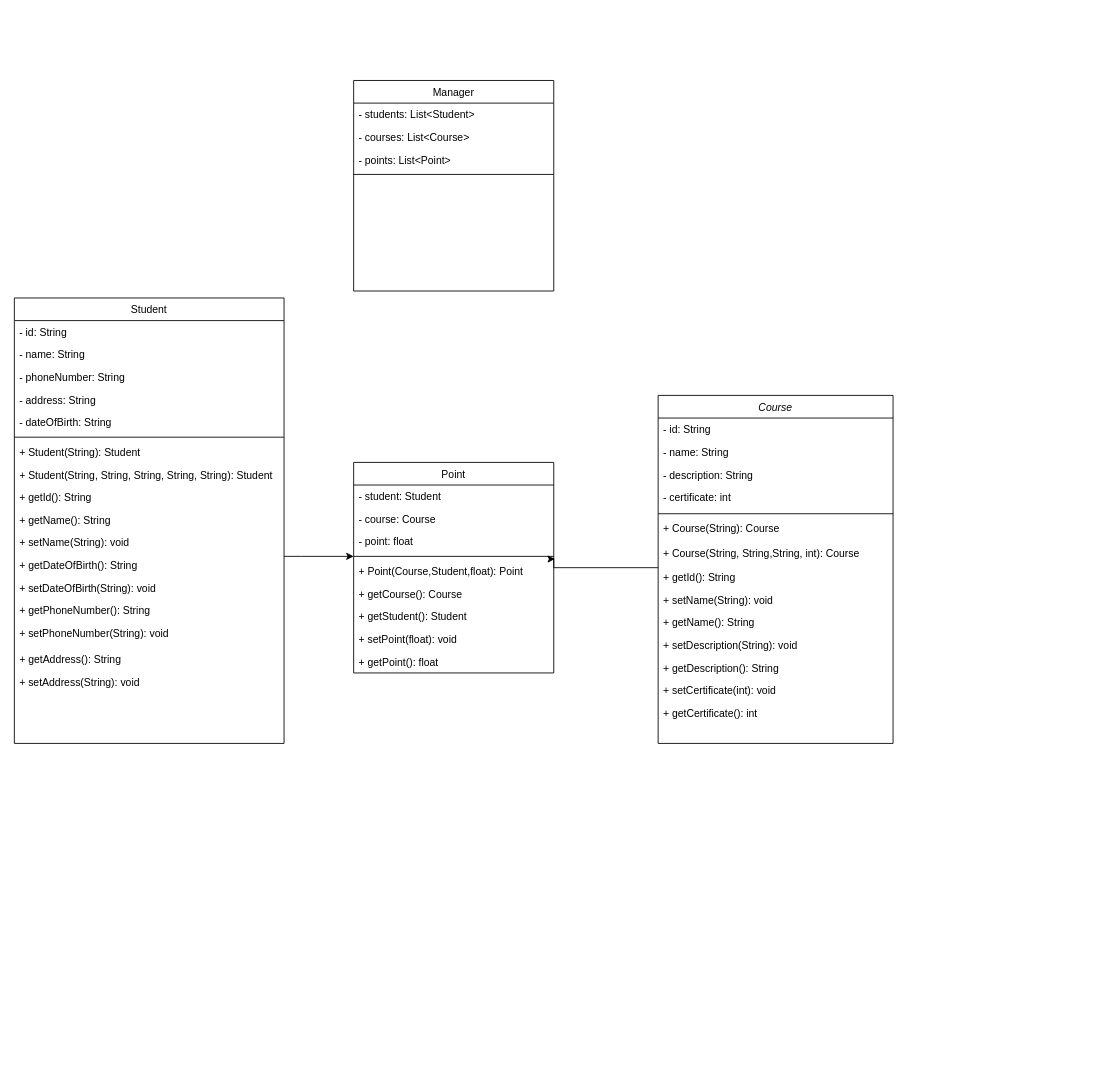
The draw.io diagram Untitled Diagram.drawio in NguyenMinh1912/classdiagram, before the edit. Source tidied: cells renumbered, new cells numbered last; positions are measured from the earlier drawing's top-left corner, leaving out a move shared by most shapes. Both pictures are drawn from the tidied source at 87%, with x=0, y=0 at pixel (14, 80).
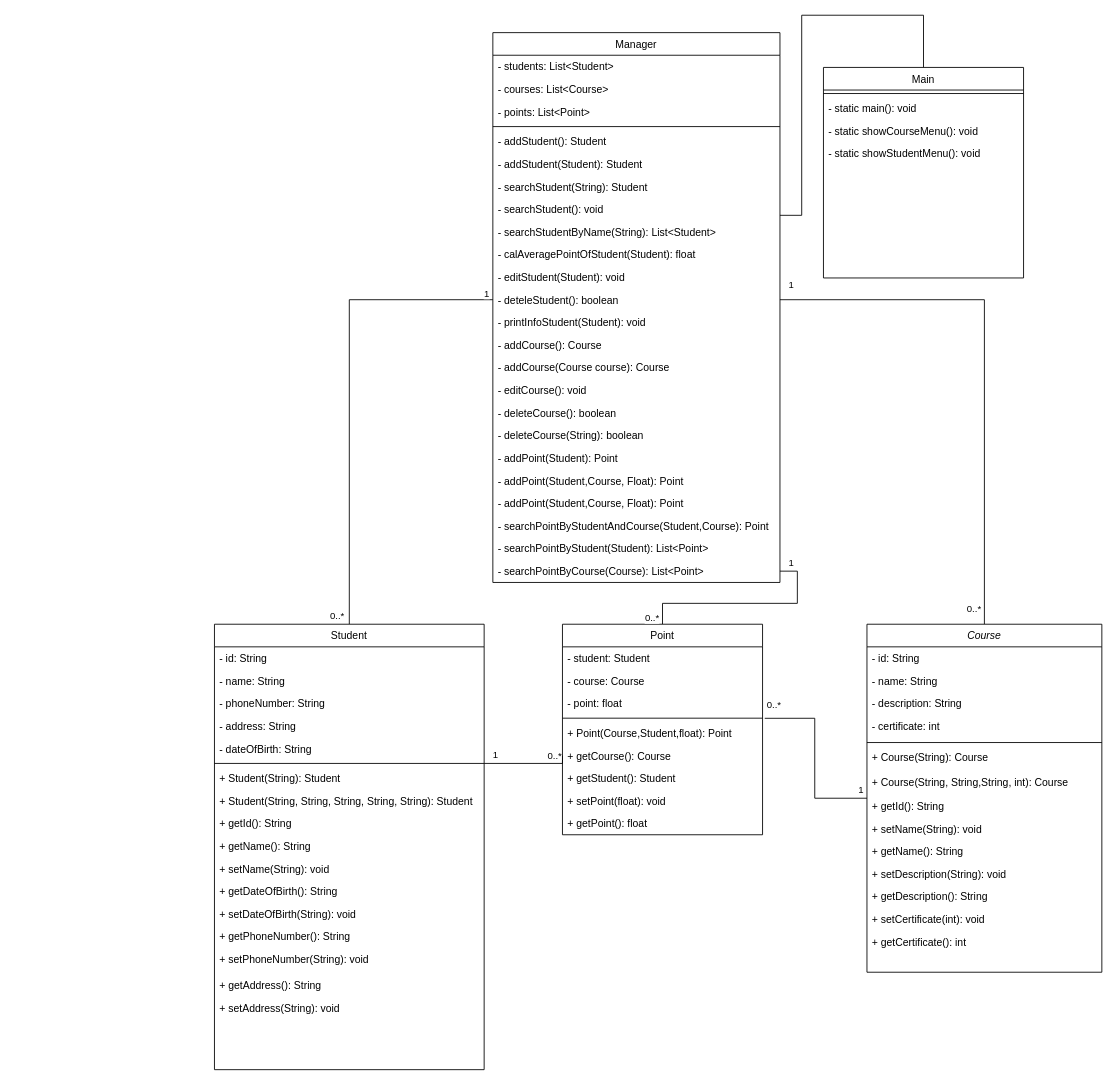
The same page after the edit.

Unchanged cells that the change refers to:
```xml
<mxCell id="41" style="line;html=1;strokeWidth=1;align=left;verticalAlign=middle;spacingTop=-1;spacingLeft=3;spacingRight=3;labelPosition=right;points=[];portConstraint=eastwest;" parent="37" vertex="1">
  <mxGeometry y="104" width="230" height="8" as="geometry" />
</mxCell>
<mxCell id="42" value="+ Point(Course,Student,float): Point" style="text;align=left;verticalAlign=top;spacingLeft=4;spacingRight=4;overflow=hidden;points=[[0,0.5],[1,0.5]];portConstraint=eastwest;rounded=0;shadow=0;html=0;" parent="37" vertex="1">
  <mxGeometry y="112" width="230" height="26" as="geometry" />
</mxCell>
<mxCell id="43" value="+ getCourse(): Course" style="text;align=left;verticalAlign=top;spacingLeft=4;spacingRight=4;overflow=hidden;points=[[0,0.5],[1,0.5]];portConstraint=eastwest;rounded=0;shadow=0;html=0;" parent="37" vertex="1">
  <mxGeometry y="138" width="230" height="26" as="geometry" />
</mxCell>
```

What changed in the source:
```diff
@@
-    <mxCell id="2" style="edgeStyle=orthogonalEdgeStyle;rounded=0;jettySize=auto;html=1;entryX=1.006;entryY=-0.044;entryDx=0;entryDy=0;entryPerimeter=0;" parent="1" edge="1" source="3" target="42">
-      <mxGeometry relative="1" as="geometry">
-        <Array as="points">
-          <mxPoint x="620" y="560" />
-          <mxPoint x="620" y="550" />
-        </Array>
-      </mxGeometry>
+    <mxCell id="2" style="edgeStyle=orthogonalEdgeStyle;rounded=0;jettySize=auto;html=1;entryX=1.011;entryY=-0.149;entryDx=0;entryDy=0;entryPerimeter=0;endArrow=none;endFill=0;" parent="1" edge="1" source="3" target="42">
+      <mxGeometry relative="1" as="geometry" />
     </mxCell>
+    <mxCell id="52" style="edgeStyle=orthogonalEdgeStyle;rounded=0;jettySize=auto;html=1;entryX=1;entryY=0.5;entryDx=0;entryDy=0;endArrow=none;endFill=0;" parent="1" edge="1" source="3" target="64">
+      <mxGeometry relative="1" as="geometry" />
+    </mxCell>
     <mxCell id="3" value="Course&#10;" style="swimlane;fontStyle=2;align=center;verticalAlign=top;horizontal=1;startSize=26;rounded=0;shadow=0;strokeWidth=1;" parent="1" vertex="1">
-      <mxGeometry x="740" y="362" width="270" height="400" as="geometry" />
+      <mxGeometry x="980" y="625" width="270" height="400" as="geometry" />
     </mxCell>
@@
-    <mxCell id="18" style="edgeStyle=orthogonalEdgeStyle;rounded=0;jettySize=auto;html=1;" parent="1" edge="1" source="19" target="41">
+    <mxCell id="18" style="edgeStyle=orthogonalEdgeStyle;rounded=0;jettySize=auto;html=1;entryX=0;entryY=0.5;entryDx=0;entryDy=0;endArrow=none;endFill=0;" parent="1" edge="1" source="19" target="43">
       <mxGeometry relative="1" as="geometry">
         <Array as="points">
-          <mxPoint x="330" y="547" />
-          <mxPoint x="330" y="547" />
+          <mxPoint x="630" y="785" />
         </Array>
       </mxGeometry>
     </mxCell>
+    <mxCell id="53" value="0..*" style="edgeLabel;html=1;align=center;verticalAlign=middle;" parent="18" vertex="1">
+      <mxGeometry x="0.31" y="1" relative="1" as="geometry">
+        <mxPoint x="15" y="-9" as="offset" />
+      </mxGeometry>
+    </mxCell>
+    <mxCell id="54" style="edgeStyle=orthogonalEdgeStyle;rounded=0;jettySize=auto;html=1;entryX=0;entryY=0.5;entryDx=0;entryDy=0;endArrow=none;endFill=0;" parent="1" edge="1" source="19" target="64">
+      <mxGeometry relative="1" as="geometry" />
+    </mxCell>
     <mxCell id="19" value="Student" style="swimlane;fontStyle=0;align=center;verticalAlign=top;horizontal=1;startSize=26;rounded=0;shadow=0;strokeWidth=1;" parent="1" vertex="1">
-      <mxGeometry y="250" width="310" height="512" as="geometry" />
+      <mxGeometry x="230" y="625" width="310" height="512" as="geometry" />
     </mxCell>
@@
+    <mxCell id="55" style="edgeStyle=orthogonalEdgeStyle;rounded=0;jettySize=auto;html=1;endArrow=none;endFill=0;" parent="1" edge="1" source="37" target="76">
+      <mxGeometry relative="1" as="geometry" />
+    </mxCell>
     <mxCell id="37" value="Point&#10;" style="swimlane;fontStyle=0;align=center;verticalAlign=top;horizontal=1;startSize=26;rounded=0;shadow=0;strokeWidth=1;" parent="1" vertex="1">
-      <mxGeometry x="390" y="439" width="230" height="242" as="geometry" />
+      <mxGeometry x="630" y="625" width="230" height="242" as="geometry" />
     </mxCell>
@@
+    <mxCell id="56" style="edgeStyle=orthogonalEdgeStyle;rounded=0;jettySize=auto;html=1;entryX=0.5;entryY=0;entryDx=0;entryDy=0;endArrow=none;endFill=0;" parent="1" edge="1" source="47" target="77">
+      <mxGeometry relative="1" as="geometry">
+        <Array as="points">
+          <mxPoint x="905" y="155" />
+          <mxPoint x="905" y="-75" />
+          <mxPoint x="1045" y="-75" />
+        </Array>
+      </mxGeometry>
+    </mxCell>
     <mxCell id="47" value="Manager&#10;&#10;" style="swimlane;fontStyle=0;align=center;verticalAlign=top;horizontal=1;startSize=26;rounded=0;shadow=0;strokeWidth=1;" parent="1" vertex="1">
-      <mxGeometry x="390" width="230" height="242" as="geometry" />
+      <mxGeometry x="550" y="-55" width="330" height="632" as="geometry" />
     </mxCell>
     <mxCell id="48" value="- students: List&lt;Student&gt;" style="text;align=left;verticalAlign=top;spacingLeft=4;spacingRight=4;overflow=hidden;rounded=0;shadow=0;html=0;" parent="47" vertex="1">
-      <mxGeometry y="26" width="230" height="26" as="geometry" />
+      <mxGeometry y="26" width="330" height="26" as="geometry" />
     </mxCell>
     <mxCell id="49" value="- courses: List&lt;Course&gt;" style="text;align=left;verticalAlign=top;spacingLeft=4;spacingRight=4;overflow=hidden;" parent="47" vertex="1">
-      <mxGeometry y="52" width="230" height="26" as="geometry" />
+      <mxGeometry y="52" width="330" height="26" as="geometry" />
     </mxCell>
     <mxCell id="50" value="- points: List&lt;Point&gt;" style="text;align=left;verticalAlign=top;spacingLeft=4;spacingRight=4;overflow=hidden;rounded=0;shadow=0;html=0;" parent="47" vertex="1">
-      <mxGeometry y="78" width="230" height="26" as="geometry" />
+      <mxGeometry y="78" width="330" height="26" as="geometry" />
     </mxCell>
     <mxCell id="51" style="line;html=1;strokeWidth=1;align=left;verticalAlign=middle;spacingTop=-1;spacingLeft=3;spacingRight=3;labelPosition=right;" parent="47" vertex="1">
-      <mxGeometry y="104" width="230" height="8" as="geometry" />
+      <mxGeometry y="104" width="330" height="8" as="geometry" />
     </mxCell>
+    <mxCell id="57" value="- addStudent(): Student" style="text;align=left;verticalAlign=top;spacingLeft=4;spacingRight=4;overflow=hidden;rounded=0;shadow=0;html=0;" parent="47" vertex="1">
+      <mxGeometry y="112" width="330" height="26" as="geometry" />
+    </mxCell>
+    <mxCell id="58" value="- addStudent(Student): Student" style="text;align=left;verticalAlign=top;spacingLeft=4;spacingRight=4;overflow=hidden;rounded=0;shadow=0;html=0;" parent="47" vertex="1">
+      <mxGeometry y="138" width="330" height="26" as="geometry" />
+    </mxCell>
+    <mxCell id="59" value="- searchStudent(String): Student" style="text;align=left;verticalAlign=top;spacingLeft=4;spacingRight=4;overflow=hidden;rounded=0;shadow=0;html=0;" parent="47" vertex="1">
+      <mxGeometry y="164" width="330" height="26" as="geometry" />
+    </mxCell>
+    <mxCell id="60" value="- searchStudent(): void" style="text;align=left;verticalAlign=top;spacingLeft=4;spacingRight=4;overflow=hidden;rounded=0;shadow=0;html=0;" parent="47" vertex="1">
+      <mxGeometry y="190" width="330" height="26" as="geometry" />
+    </mxCell>
+    <mxCell id="61" value="- searchStudentByName(String): List&lt;Student&gt;" style="text;align=left;verticalAlign=top;spacingLeft=4;spacingRight=4;overflow=hidden;rounded=0;shadow=0;html=0;" parent="47" vertex="1">
+      <mxGeometry y="216" width="330" height="26" as="geometry" />
+    </mxCell>
+    <mxCell id="62" value="- calAveragePointOfStudent(Student): float" style="text;align=left;verticalAlign=top;spacingLeft=4;spacingRight=4;overflow=hidden;rounded=0;shadow=0;html=0;" parent="47" vertex="1">
+      <mxGeometry y="242" width="330" height="26" as="geometry" />
+    </mxCell>
+    <mxCell id="63" value="- editStudent(Student): void" style="text;align=left;verticalAlign=top;spacingLeft=4;spacingRight=4;overflow=hidden;rounded=0;shadow=0;html=0;" parent="47" vertex="1">
+      <mxGeometry y="268" width="330" height="26" as="geometry" />
+    </mxCell>
+    <mxCell id="64" value="- deteleStudent(): boolean" style="text;align=left;verticalAlign=top;spacingLeft=4;spacingRight=4;overflow=hidden;points=[[0,0.5],[1,0.5]];portConstraint=eastwest;rounded=0;shadow=0;html=0;" parent="47" vertex="1">
+      <mxGeometry y="294" width="330" height="26" as="geometry" />
+    </mxCell>
+    <mxCell id="65" value="- printInfoStudent(Student): void" style="text;align=left;verticalAlign=top;spacingLeft=4;spacingRight=4;overflow=hidden;rounded=0;shadow=0;html=0;" parent="47" vertex="1">
+      <mxGeometry y="320" width="330" height="26" as="geometry" />
+    </mxCell>
+    <mxCell id="66" value="- addCourse(): Course" style="text;align=left;verticalAlign=top;spacingLeft=4;spacingRight=4;overflow=hidden;rounded=0;shadow=0;html=0;" parent="47" vertex="1">
+      <mxGeometry y="346" width="330" height="26" as="geometry" />
+    </mxCell>
+    <mxCell id="67" value="- addCourse(Course course): Course" style="text;align=left;verticalAlign=top;spacingLeft=4;spacingRight=4;overflow=hidden;rounded=0;shadow=0;html=0;" parent="47" vertex="1">
+      <mxGeometry y="372" width="330" height="26" as="geometry" />
+    </mxCell>
+    <mxCell id="68" value="- editCourse(): void" style="text;align=left;verticalAlign=top;spacingLeft=4;spacingRight=4;overflow=hidden;rounded=0;shadow=0;html=0;" parent="47" vertex="1">
+      <mxGeometry y="398" width="330" height="26" as="geometry" />
+    </mxCell>
+    <mxCell id="69" value="- deleteCourse(): boolean" style="text;align=left;verticalAlign=top;spacingLeft=4;spacingRight=4;overflow=hidden;rounded=0;shadow=0;html=0;" parent="47" vertex="1">
+      <mxGeometry y="424" width="330" height="26" as="geometry" />
+    </mxCell>
+    <mxCell id="70" value="- deleteCourse(String): boolean" style="text;align=left;verticalAlign=top;spacingLeft=4;spacingRight=4;overflow=hidden;rounded=0;shadow=0;html=0;" parent="47" vertex="1">
+      <mxGeometry y="450" width="330" height="26" as="geometry" />
+    </mxCell>
+    <mxCell id="71" value="- addPoint(Student): Point" style="text;align=left;verticalAlign=top;spacingLeft=4;spacingRight=4;overflow=hidden;rounded=0;shadow=0;html=0;" parent="47" vertex="1">
+      <mxGeometry y="476" width="330" height="26" as="geometry" />
+    </mxCell>
+    <mxCell id="72" value="- addPoint(Student,Course, Float): Point" style="text;align=left;verticalAlign=top;spacingLeft=4;spacingRight=4;overflow=hidden;rounded=0;shadow=0;html=0;" parent="47" vertex="1">
+      <mxGeometry y="502" width="330" height="26" as="geometry" />
+    </mxCell>
+    <mxCell id="73" value="- addPoint(Student,Course, Float): Point" style="text;align=left;verticalAlign=top;spacingLeft=4;spacingRight=4;overflow=hidden;rounded=0;shadow=0;html=0;" parent="47" vertex="1">
+      <mxGeometry y="528" width="330" height="26" as="geometry" />
+    </mxCell>
+    <mxCell id="74" value="- searchPointByStudentAndCourse(Student,Course): Point" style="text;align=left;verticalAlign=top;spacingLeft=4;spacingRight=4;overflow=hidden;rounded=0;shadow=0;html=0;" parent="47" vertex="1">
+      <mxGeometry y="554" width="330" height="26" as="geometry" />
+    </mxCell>
+    <mxCell id="75" value="- searchPointByStudent(Student): List&lt;Point&gt;" style="text;align=left;verticalAlign=top;spacingLeft=4;spacingRight=4;overflow=hidden;rounded=0;shadow=0;html=0;" parent="47" vertex="1">
+      <mxGeometry y="580" width="330" height="26" as="geometry" />
+    </mxCell>
+    <mxCell id="76" value="- searchPointByCourse(Course): List&lt;Point&gt;" style="text;align=left;verticalAlign=top;spacingLeft=4;spacingRight=4;overflow=hidden;points=[[0,0.5],[1,0.5]];portConstraint=eastwest;rounded=0;shadow=0;html=0;" parent="47" vertex="1">
+      <mxGeometry y="606" width="330" height="26" as="geometry" />
+    </mxCell>
+    <mxCell id="77" value="Main&#10;" style="swimlane;fontStyle=0;align=center;verticalAlign=top;horizontal=1;startSize=26;rounded=0;shadow=0;strokeWidth=1;" parent="1" vertex="1">
+      <mxGeometry x="930" y="-15" width="230" height="242" as="geometry" />
+    </mxCell>
+    <mxCell id="78" style="line;html=1;strokeWidth=1;align=left;verticalAlign=middle;spacingTop=-1;spacingLeft=3;spacingRight=3;labelPosition=right;" parent="77" vertex="1">
+      <mxGeometry y="26" width="230" height="8" as="geometry" />
+    </mxCell>
+    <mxCell id="79" value="- static main(): void" style="text;align=left;verticalAlign=top;spacingLeft=4;spacingRight=4;overflow=hidden;rounded=0;shadow=0;html=0;" parent="77" vertex="1">
+      <mxGeometry y="34" width="230" height="26" as="geometry" />
+    </mxCell>
+    <mxCell id="80" value="- static showCourseMenu(): void" style="text;align=left;verticalAlign=top;spacingLeft=4;spacingRight=4;overflow=hidden;rounded=0;shadow=0;html=0;" parent="77" vertex="1">
+      <mxGeometry y="60" width="230" height="26" as="geometry" />
+    </mxCell>
+    <mxCell id="81" value="- static showStudentMenu(): void" style="text;align=left;verticalAlign=top;spacingLeft=4;spacingRight=4;overflow=hidden;rounded=0;shadow=0;html=0;" parent="77" vertex="1">
+      <mxGeometry y="86" width="230" height="26" as="geometry" />
+    </mxCell>
+    <mxCell id="82" value="1" style="edgeLabel;html=1;align=center;verticalAlign=middle;" parent="1" vertex="1">
+      <mxGeometry x="590" y="835" as="geometry">
+        <mxPoint x="-38" y="-61" as="offset" />
+      </mxGeometry>
+    </mxCell>
+    <mxCell id="83" value="0..*" style="edgeLabel;html=1;align=center;verticalAlign=middle;" parent="1" vertex="1">
+      <mxGeometry x="720" y="715" as="geometry">
+        <mxPoint x="152" y="2" as="offset" />
+      </mxGeometry>
+    </mxCell>
+    <mxCell id="84" value="1" style="edgeLabel;html=1;align=center;verticalAlign=middle;" parent="1" vertex="1">
+      <mxGeometry x="1010" y="875" as="geometry">
+        <mxPoint x="-38" y="-61" as="offset" />
+      </mxGeometry>
+    </mxCell>
+    <mxCell id="85" value="1" style="edgeLabel;html=1;align=center;verticalAlign=middle;" parent="1" vertex="1">
+      <mxGeometry x="580" y="305" as="geometry">
+        <mxPoint x="-38" y="-61" as="offset" />
+      </mxGeometry>
+    </mxCell>
+    <mxCell id="86" value="0..*" style="edgeLabel;html=1;align=center;verticalAlign=middle;" parent="1" vertex="1">
+      <mxGeometry x="370" y="615" as="geometry" />
+    </mxCell>
+    <mxCell id="87" value="0..*" style="edgeLabel;html=1;align=center;verticalAlign=middle;" parent="1" vertex="1">
+      <mxGeometry x="950" y="605" as="geometry">
+        <mxPoint x="152" y="2" as="offset" />
+      </mxGeometry>
+    </mxCell>
+    <mxCell id="88" value="0..*" style="edgeLabel;html=1;align=center;verticalAlign=middle;" parent="1" vertex="1">
+      <mxGeometry x="580" y="615" as="geometry">
+        <mxPoint x="152" y="2" as="offset" />
+      </mxGeometry>
+    </mxCell>
+    <mxCell id="89" value="1" style="edgeLabel;html=1;align=center;verticalAlign=middle;" parent="1" vertex="1">
+      <mxGeometry x="930" y="295" as="geometry">
+        <mxPoint x="-38" y="-61" as="offset" />
+      </mxGeometry>
+    </mxCell>
+    <mxCell id="90" value="1" style="edgeLabel;html=1;align=center;verticalAlign=middle;" parent="1" vertex="1">
+      <mxGeometry x="930" y="615" as="geometry">
+        <mxPoint x="-38" y="-61" as="offset" />
+      </mxGeometry>
+    </mxCell>
```
